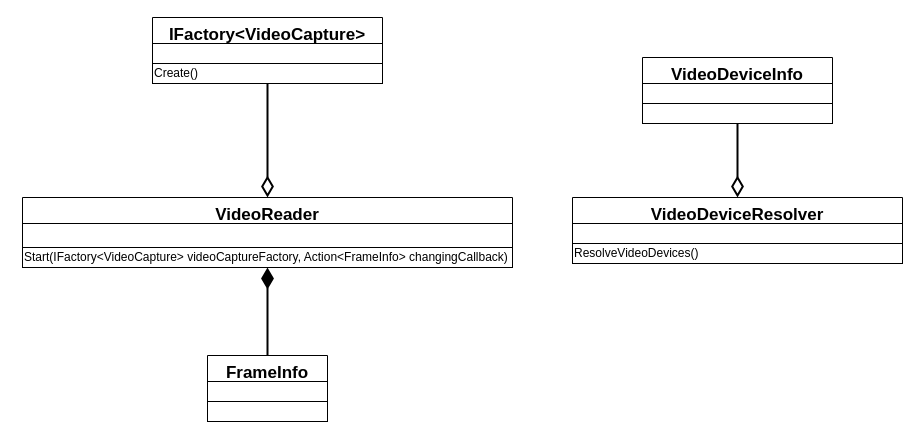
This is page "Reading" (6 of 11) of Engineering/Packets-specify.drawio from GoldGreen/Skeletonization, a draw.io file, before an edit. Source tidied: cells renumbered, new cells numbered last; positions are measured from the earlier drawing's top-left corner, leaving out a move shared by most shapes. Both pictures are drawn from the tidied source at 100%, with x=0, y=0 at pixel (22, 17).
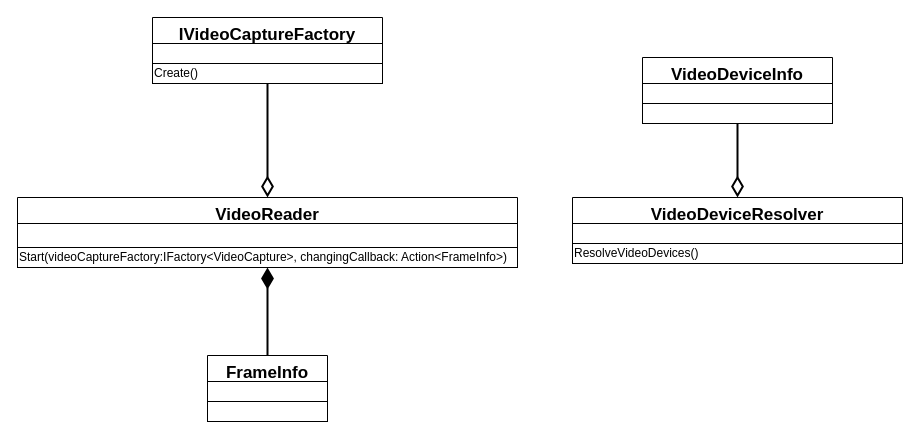
Above is the later version.

Diff of the diagram source:
```diff
@@
 <mxGraphModel>
   <root>
     <mxCell id="0" />
     <mxCell id="1" parent="0" />
     <mxCell id="2" value=" " style="edgeStyle=orthogonalEdgeStyle;rounded=0;jettySize=auto;html=1;exitX=0.5;exitY=0;exitDx=0;exitDy=0;fontSize=17;endArrow=none;endFill=0;startSize=16;endSize=14;strokeWidth=2;entryX=0.5;entryY=1;entryDx=0;entryDy=0;startArrow=diamondThin;startFill=0;" parent="1" edge="1" source="4" target="14">
       <mxGeometry relative="1" as="geometry" />
     </mxCell>
     <mxCell id="3" value=" " style="edgeStyle=orthogonalEdgeStyle;rounded=0;jettySize=auto;html=1;exitX=0.5;exitY=1;exitDx=0;exitDy=0;entryX=0.5;entryY=0;entryDx=0;entryDy=0;fontFamily=Helvetica;fontSize=18;fontColor=default;endArrow=none;endFill=0;startSize=16;endSize=13;strokeWidth=2;startArrow=diamondThin;startFill=1;" parent="1" edge="1" source="4" target="17">
       <mxGeometry relative="1" as="geometry" />
     </mxCell>
     <mxCell id="4" value="VideoReader" style="swimlane;fontStyle=1;align=center;verticalAlign=top;horizontal=1;startSize=26;fontSize=17;" parent="1" vertex="1">
-      <mxGeometry y="180" width="490" height="70" as="geometry" />
+      <mxGeometry x="-5" y="180" width="500" height="70" as="geometry" />
     </mxCell>
     <mxCell id="5" style="rounded=0;whiteSpace=wrap;html=1;fontFamily=Helvetica;fontSize=12;fontColor=default;startSize=26;strokeColor=default;fillColor=default;align=left;" parent="4" vertex="1">
-      <mxGeometry y="26" width="490" height="24" as="geometry" />
+      <mxGeometry y="26" width="500" height="24" as="geometry" />
     </mxCell>
-    <mxCell id="6" value="Start(IFactory&amp;lt;VideoCapture&amp;gt; videoCaptureFactory, Action&amp;lt;FrameInfo&amp;gt; changingCallback)" style="rounded=0;whiteSpace=wrap;html=1;fontFamily=Helvetica;fontSize=12;fontColor=default;startSize=26;strokeColor=default;fillColor=default;align=left;" parent="4" vertex="1">
-      <mxGeometry y="50" width="490" height="20" as="geometry" />
+    <mxCell id="6" value="Start(videoCaptureFactory:IFactory&amp;lt;VideoCapture&amp;gt;, changingCallback: Action&amp;lt;FrameInfo&amp;gt;)" style="rounded=0;whiteSpace=wrap;html=1;fontFamily=Helvetica;fontSize=12;fontColor=default;startSize=26;strokeColor=default;fillColor=default;align=left;" parent="4" vertex="1">
+      <mxGeometry y="50" width="500" height="20" as="geometry" />
     </mxCell>
     <mxCell id="7" value=" " style="edgeStyle=orthogonalEdgeStyle;rounded=0;jettySize=auto;html=1;exitX=0.5;exitY=0;exitDx=0;exitDy=0;entryX=0.5;entryY=1;entryDx=0;entryDy=0;fontSize=17;endArrow=none;endFill=0;startSize=16;endSize=14;strokeWidth=2;startArrow=diamondThin;startFill=0;" parent="1" edge="1" source="8" target="11">
       <mxGeometry relative="1" as="geometry" />
     </mxCell>
     <mxCell id="8" value="VideoDeviceResolver" style="swimlane;fontStyle=1;align=center;verticalAlign=top;horizontal=1;startSize=26;fontSize=17;" parent="1" vertex="1">
       <mxGeometry x="550" y="180" width="330" height="66" as="geometry" />
     </mxCell>
     <mxCell id="9" style="rounded=0;whiteSpace=wrap;html=1;fontFamily=Helvetica;fontSize=12;fontColor=default;startSize=26;strokeColor=default;fillColor=default;align=left;" parent="8" vertex="1">
       <mxGeometry y="26" width="330" height="20" as="geometry" />
     </mxCell>
     <mxCell id="10" value="ResolveVideoDevices()" style="rounded=0;whiteSpace=wrap;html=1;fontFamily=Helvetica;fontSize=12;fontColor=default;startSize=26;strokeColor=default;fillColor=default;align=left;" parent="8" vertex="1">
       <mxGeometry y="46" width="330" height="20" as="geometry" />
     </mxCell>
     <mxCell id="11" value="VideoDeviceInfo" style="swimlane;fontStyle=1;align=center;verticalAlign=top;horizontal=1;startSize=26;fontSize=17;" parent="1" vertex="1">
       <mxGeometry x="620" y="40" width="190" height="66" as="geometry" />
     </mxCell>
     <mxCell id="12" style="rounded=0;whiteSpace=wrap;html=1;fontFamily=Helvetica;fontSize=12;fontColor=default;startSize=26;strokeColor=default;fillColor=default;align=left;" parent="11" vertex="1">
       <mxGeometry y="26" width="190" height="20" as="geometry" />
     </mxCell>
     <mxCell id="13" style="rounded=0;whiteSpace=wrap;html=1;fontFamily=Helvetica;fontSize=12;fontColor=default;startSize=26;strokeColor=default;fillColor=default;align=left;" parent="11" vertex="1">
       <mxGeometry y="46" width="190" height="20" as="geometry" />
     </mxCell>
-    <mxCell id="14" value="IFactory&lt;VideoCapture&gt;" style="swimlane;fontStyle=1;align=center;verticalAlign=top;horizontal=1;startSize=26;fontSize=17;" parent="1" vertex="1">
+    <mxCell id="14" value="IVideoCaptureFactory" style="swimlane;fontStyle=1;align=center;verticalAlign=top;horizontal=1;startSize=26;fontSize=17;" parent="1" vertex="1">
       <mxGeometry x="130" width="230" height="66" as="geometry" />
     </mxCell>
     <mxCell id="15" style="rounded=0;whiteSpace=wrap;html=1;fontFamily=Helvetica;fontSize=12;fontColor=default;startSize=26;strokeColor=default;fillColor=default;align=left;" parent="14" vertex="1">
       <mxGeometry y="26" width="230" height="20" as="geometry" />
     </mxCell>
     <mxCell id="16" value="Create()" style="rounded=0;whiteSpace=wrap;html=1;fontFamily=Helvetica;fontSize=12;fontColor=default;startSize=26;strokeColor=default;fillColor=default;align=left;" parent="14" vertex="1">
       <mxGeometry y="46" width="230" height="20" as="geometry" />
     </mxCell>
     <mxCell id="17" value="FrameInfo" style="swimlane;fontStyle=1;align=center;verticalAlign=top;horizontal=1;startSize=26;fontSize=17;" parent="1" vertex="1">
       <mxGeometry x="185" y="338" width="120" height="66" as="geometry" />
     </mxCell>
     <mxCell id="18" style="rounded=0;whiteSpace=wrap;html=1;fontFamily=Helvetica;fontSize=12;fontColor=default;startSize=26;strokeColor=default;fillColor=default;align=left;" parent="17" vertex="1">
       <mxGeometry y="26" width="120" height="20" as="geometry" />
     </mxCell>
     <mxCell id="19" style="rounded=0;whiteSpace=wrap;html=1;fontFamily=Helvetica;fontSize=12;fontColor=default;startSize=26;strokeColor=default;fillColor=default;align=left;" parent="17" vertex="1">
       <mxGeometry y="46" width="120" height="20" as="geometry" />
     </mxCell>
   </root>
 </mxGraphModel>
```
